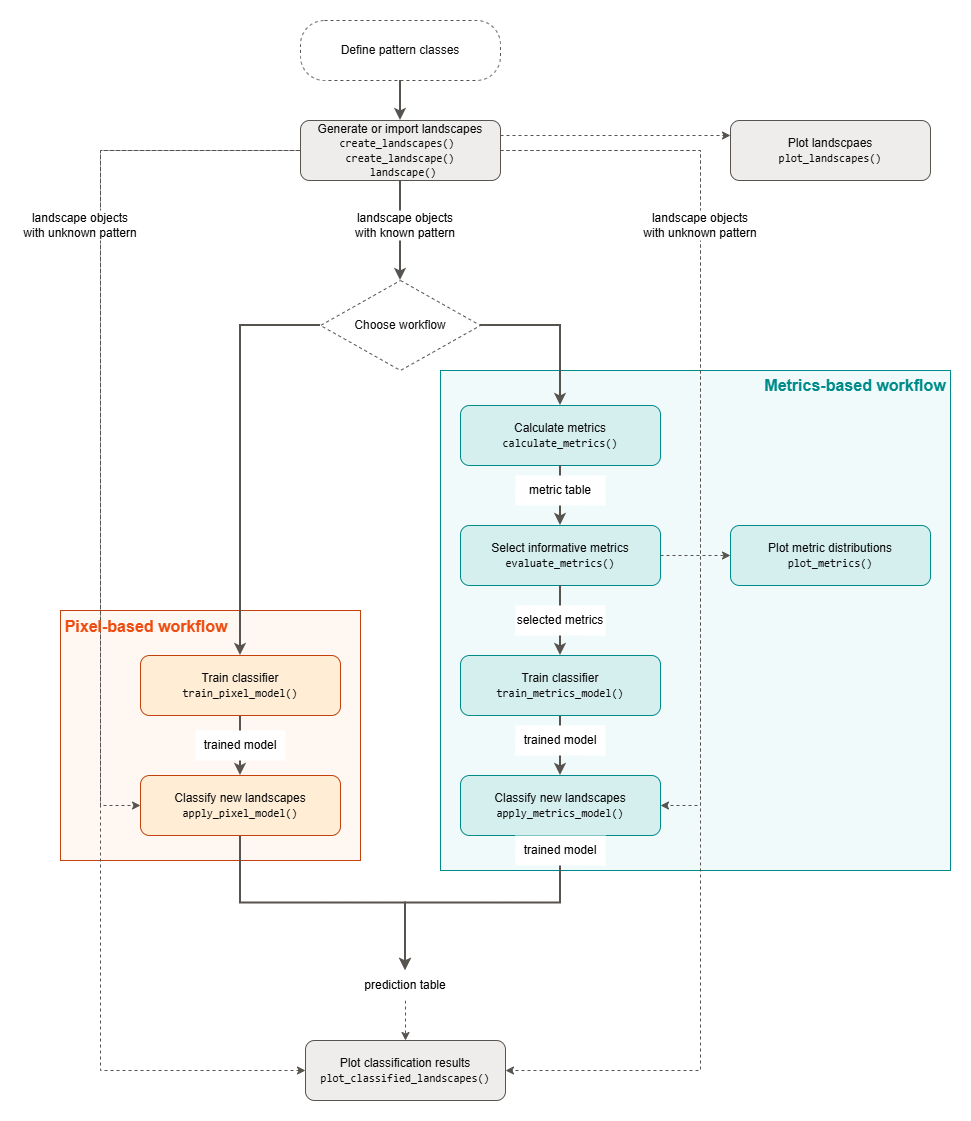
ecomods/patternscaper keeps this draw.io diagram as vignettes/img/workflow.drawio.png. Above is the earlier version. Source tidied: cells renumbered, new cells last; positions are measured from the earlier drawing's top-left corner, leaving out a move shared by most shapes.
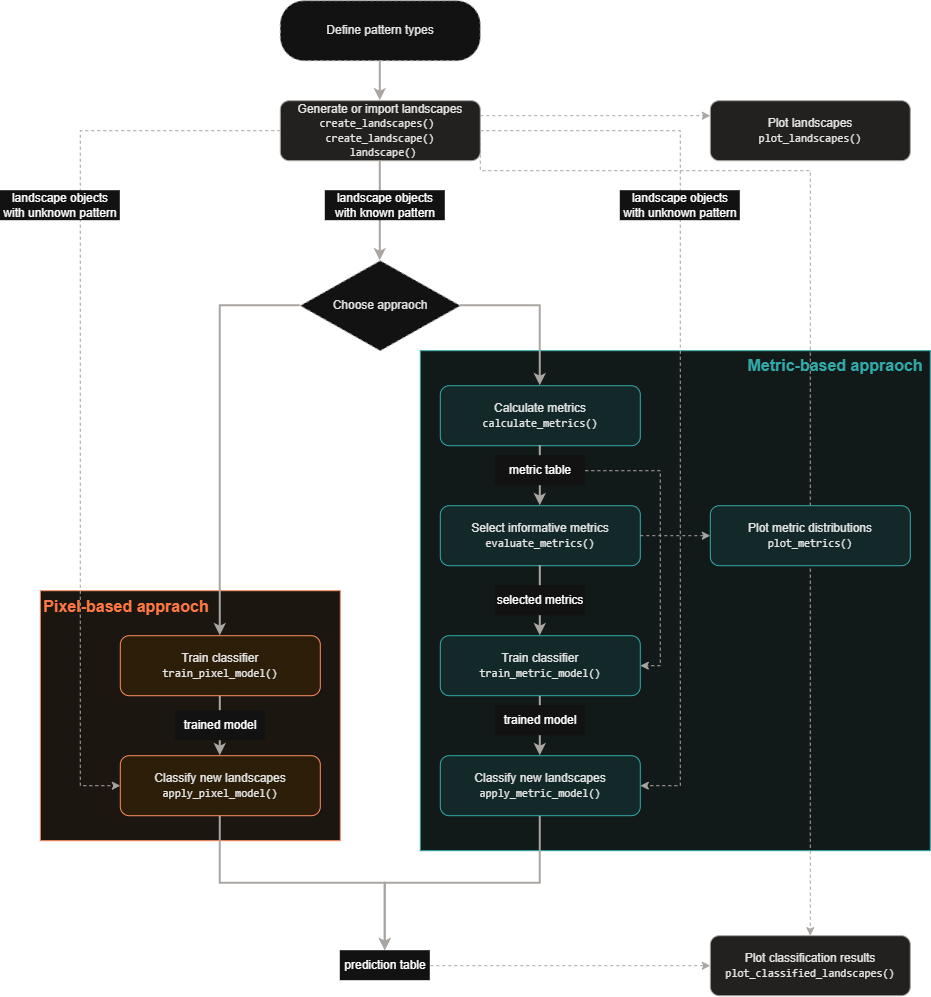
The same diagram one commit later.

What changed in the source:
```diff
@@ -8,41 +8,32 @@
     <mxCell id="3" style="rounded=0;whiteSpace=wrap;html=1;fillColor=#f1fafa;strokeColor=#008B8B;fontColor=#008B8B;fontStyle=1;verticalAlign=top;align=right;fontSize=17;" parent="1" vertex="1">
       <mxGeometry x="420" y="350" width="510" height="500" as="geometry" />
     </mxCell>
-    <mxCell id="4" value="Define pattern classes" style="rounded=1;arcSize=40;whiteSpace=wrap;html=1;fillColor=#ffffff;strokeColor=#57534e;dashed=1;fontColor=#0b0b0b;" parent="1" vertex="1">
+    <mxCell id="4" value="Define pattern types" style="rounded=1;arcSize=40;whiteSpace=wrap;html=1;fillColor=#ffffff;strokeColor=#57534e;dashed=1;fontColor=#0b0b0b;" parent="1" vertex="1">
       <mxGeometry x="280" width="200" height="60" as="geometry" />
     </mxCell>
     <mxCell id="5" style="edgeStyle=orthogonalEdgeStyle;rounded=0;jettySize=auto;html=1;exitX=1;exitY=0.25;exitDx=0;exitDy=0;entryX=0;entryY=0.25;entryDx=0;entryDy=0;dashed=1;strokeColor=#57534e;align=center;verticalAlign=middle;fontFamily=Helvetica;fontSize=11;fontColor=#3f3f46;labelBackgroundColor=#fcfcfb;endArrow=classic;" parent="1" edge="1" source="9" target="32">
       <mxGeometry relative="1" as="geometry" />
     </mxCell>
-    <mxCell id="6" style="edgeStyle=orthogonalEdgeStyle;rounded=0;jettySize=auto;html=1;exitX=0;exitY=0.5;exitDx=0;exitDy=0;entryX=0;entryY=0.5;entryDx=0;entryDy=0;dashed=1;strokeColor=#57534e;align=center;verticalAlign=middle;fontFamily=Helvetica;fontSize=11;fontColor=#3f3f46;labelBackgroundColor=#fcfcfb;endArrow=classic;" parent="1" edge="1" target="42">
-      <mxGeometry relative="1" as="geometry">
-        <mxPoint x="290" y="130" as="sourcePoint" />
-        <Array as="points">
-          <mxPoint x="80" y="130" />
-          <mxPoint x="80" y="1050" />
-        </Array>
-      </mxGeometry>
-    </mxCell>
+    <mxCell id="8" style="edgeStyle=orthogonalEdgeStyle;rounded=0;jettySize=auto;html=1;exitX=0;exitY=0.5;exitDx=0;exitDy=0;entryX=0;entryY=0.5;entryDx=0;entryDy=0;dashed=1;strokeColor=#57534e;align=center;verticalAlign=middle;fontFamily=Helvetica;fontSize=11;fontColor=#3f3f46;labelBackgroundColor=#fcfcfb;endArrow=classic;" parent="1" edge="1" source="9" target="21">
+      <mxGeometry relative="1" as="geometry">
+        <Array as="points">
+          <mxPoint x="80" y="130" />
+          <mxPoint x="80" y="785" />
+        </Array>
+      </mxGeometry>
+    </mxCell>
-    <mxCell id="7" style="edgeStyle=orthogonalEdgeStyle;rounded=0;jettySize=auto;html=1;exitX=1;exitY=0.5;exitDx=0;exitDy=0;entryX=1;entryY=0.5;entryDx=0;entryDy=0;dashed=1;strokeColor=#57534e;align=center;verticalAlign=middle;fontFamily=Helvetica;fontSize=11;fontColor=#3f3f46;labelBackgroundColor=#fcfcfb;endArrow=classic;" parent="1" edge="1" source="9" target="42">
+    <mxCell id="7" style="edgeStyle=orthogonalEdgeStyle;rounded=0;jettySize=auto;html=1;exitX=1;exitY=0.5;exitDx=0;exitDy=0;entryX=0.5;entryY=0;entryDx=0;entryDy=0;dashed=1;strokeColor=#57534e;align=center;verticalAlign=middle;fontFamily=Helvetica;fontSize=11;fontColor=#3f3f46;labelBackgroundColor=#fcfcfb;endArrow=classic;" parent="1" edge="1" source="9" target="42">
       <mxGeometry relative="1" as="geometry">
         <Array as="points">
-          <mxPoint x="680" y="130" />
-          <mxPoint x="680" y="1050" />
+          <mxPoint x="480" y="170" />
+          <mxPoint x="810" y="170" />
         </Array>
       </mxGeometry>
     </mxCell>
-    <mxCell id="8" style="edgeStyle=orthogonalEdgeStyle;rounded=0;jettySize=auto;html=1;exitX=0;exitY=0.5;exitDx=0;exitDy=0;entryX=0;entryY=0.5;entryDx=0;entryDy=0;dashed=1;strokeColor=#57534e;align=center;verticalAlign=middle;fontFamily=Helvetica;fontSize=11;fontColor=#3f3f46;labelBackgroundColor=#fcfcfb;endArrow=classic;" parent="1" edge="1" source="9" target="21">
-      <mxGeometry relative="1" as="geometry">
-        <Array as="points">
-          <mxPoint x="80" y="130" />
-          <mxPoint x="80" y="785" />
-        </Array>
-      </mxGeometry>
-    </mxCell>
     <mxCell id="9" value="Generate or import landscapes&lt;br&gt;&lt;span style=&quot;font-family: monospace; font-size: 11px;&quot;&gt;create_landscapes()&amp;nbsp;&lt;/span&gt;&lt;div&gt;&lt;span style=&quot;font-family: monospace; font-size: 11px;&quot;&gt;create_landscape()&lt;/span&gt;&lt;/div&gt;&lt;div&gt;&lt;span style=&quot;font-family: monospace; font-size: 11px;&quot;&gt;&amp;nbsp;landscape()&lt;/span&gt;&lt;/div&gt;" style="rounded=1;whiteSpace=wrap;html=1;fillColor=#efedeb;strokeColor=#57534e;fontColor=#0b0b0b;" parent="1" vertex="1">
       <mxGeometry x="280" y="100" width="200" height="60" as="geometry" />
     </mxCell>
-    <mxCell id="10" value="Choose workflow" style="rhombus;whiteSpace=wrap;html=1;fillColor=#ffffff;strokeColor=#57534e;dashed=1;fontColor=#0b0b0b;" parent="1" vertex="1">
+    <mxCell id="10" value="Choose appraoch" style="rhombus;whiteSpace=wrap;html=1;fillColor=#ffffff;strokeColor=#57534e;dashed=1;fontColor=#0b0b0b;" parent="1" vertex="1">
       <mxGeometry x="300" y="260" width="160" height="90" as="geometry" />
     </mxCell>
     <mxCell id="11" value="Calculate metrics&lt;br&gt;&lt;span style=&quot;font-family: monospace; font-size: 11px;&quot;&gt;calculate_metrics()&lt;/span&gt;" style="rounded=1;whiteSpace=wrap;html=1;fillColor=#d5efef;strokeColor=#008B8B;fontColor=#0b0b0b;" parent="1" vertex="1">
@@ -57,13 +48,13 @@
     <mxCell id="14" style="edgeStyle=orthogonalEdgeStyle;rounded=0;jettySize=auto;html=1;exitX=0.5;exitY=1;exitDx=0;exitDy=0;strokeColor=#57534e;strokeWidth=2;align=center;verticalAlign=middle;fontFamily=Helvetica;fontSize=11;fontColor=#3f3f46;labelBackgroundColor=#fcfcfb;endArrow=classic;" parent="1" edge="1" source="15" target="17">
       <mxGeometry relative="1" as="geometry" />
     </mxCell>
-    <mxCell id="15" value="Train classifier&lt;br&gt;&lt;span style=&quot;font-family: monospace; font-size: 11px;&quot;&gt;train_metrics_model()&lt;/span&gt;" style="rounded=1;whiteSpace=wrap;html=1;fillColor=#d5efef;strokeColor=#008B8B;fontColor=#0b0b0b;" parent="1" vertex="1">
+    <mxCell id="15" value="Train classifier&lt;br&gt;&lt;span style=&quot;font-family: monospace; font-size: 11px;&quot;&gt;train_metric_model()&lt;/span&gt;" style="rounded=1;whiteSpace=wrap;html=1;fillColor=#d5efef;strokeColor=#008B8B;fontColor=#0b0b0b;" parent="1" vertex="1">
       <mxGeometry x="440" y="635" width="200" height="60" as="geometry" />
     </mxCell>
     <mxCell id="16" style="edgeStyle=orthogonalEdgeStyle;rounded=0;jettySize=auto;html=1;exitX=0.5;exitY=1;exitDx=0;exitDy=0;strokeColor=#57534e;align=center;verticalAlign=middle;fontFamily=Helvetica;fontSize=11;fontColor=#3f3f46;labelBackgroundColor=#fcfcfb;endArrow=classic;strokeWidth=2;" parent="1" edge="1" source="17" target="31">
       <mxGeometry relative="1" as="geometry" />
     </mxCell>
-    <mxCell id="17" value="Classify new landscapes&lt;br&gt;&lt;span style=&quot;font-family: monospace; font-size: 11px;&quot;&gt;apply_metrics_model()&lt;/span&gt;" style="rounded=1;whiteSpace=wrap;html=1;fillColor=#d5efef;strokeColor=#008B8B;fontColor=#0b0b0b;" parent="1" vertex="1">
+    <mxCell id="17" value="Classify new landscapes&lt;br&gt;&lt;span style=&quot;font-family: monospace; font-size: 11px;&quot;&gt;apply_metric_model()&lt;/span&gt;" style="rounded=1;whiteSpace=wrap;html=1;fillColor=#d5efef;strokeColor=#008B8B;fontColor=#0b0b0b;" parent="1" vertex="1">
       <mxGeometry x="440" y="755" width="200" height="60" as="geometry" />
     </mxCell>
     <mxCell id="18" style="edgeStyle=orthogonalEdgeStyle;rounded=0;jettySize=auto;html=1;strokeColor=#57534e;strokeWidth=2;align=center;verticalAlign=middle;fontFamily=Helvetica;fontSize=11;fontColor=#3f3f46;labelBackgroundColor=#fcfcfb;endArrow=classic;" parent="1" edge="1" source="19" target="21">
@@ -109,13 +100,13 @@
         </Array>
       </mxGeometry>
     </mxCell>
-    <mxCell id="30" style="edgeStyle=orthogonalEdgeStyle;rounded=0;jettySize=auto;html=1;exitX=0.5;exitY=1;exitDx=0;exitDy=0;dashed=1;strokeColor=#57534e;align=center;verticalAlign=middle;fontFamily=Helvetica;fontSize=11;fontColor=#3f3f46;labelBackgroundColor=#fcfcfb;endArrow=classic;" parent="1" edge="1" source="31" target="42">
+    <mxCell id="30" style="edgeStyle=orthogonalEdgeStyle;rounded=0;jettySize=auto;html=1;exitX=1;exitY=0.5;exitDx=0;exitDy=0;dashed=1;strokeColor=#57534e;align=center;verticalAlign=middle;fontFamily=Helvetica;fontSize=11;fontColor=#3f3f46;labelBackgroundColor=#fcfcfb;endArrow=classic;" parent="1" edge="1" source="31" target="42">
       <mxGeometry relative="1" as="geometry" />
     </mxCell>
     <mxCell id="31" value="prediction table" style="text;html=1;whiteSpace=wrap;strokeColor=none;fillColor=default;align=center;verticalAlign=middle;rounded=0;fontFamily=Helvetica;fontSize=12;fontColor=default;labelBackgroundColor=none;" parent="1" vertex="1">
       <mxGeometry x="340" y="950" width="90" height="30" as="geometry" />
     </mxCell>
-    <mxCell id="32" value="Plot landscpaes&lt;br&gt;&lt;span style=&quot;font-family: monospace; font-size: 11px;&quot;&gt;plot_landscapes()&lt;/span&gt;" style="rounded=1;whiteSpace=wrap;html=1;fillColor=#efedeb;strokeColor=#57534e;fontColor=#0b0b0b;" parent="1" vertex="1">
+    <mxCell id="32" value="Plot landscapes&lt;br&gt;&lt;span style=&quot;font-family: monospace; font-size: 11px;&quot;&gt;plot_landscapes()&lt;/span&gt;" style="rounded=1;whiteSpace=wrap;html=1;fillColor=#efedeb;strokeColor=#57534e;fontColor=#0b0b0b;" parent="1" vertex="1">
       <mxGeometry x="710" y="100" width="200" height="60" as="geometry" />
     </mxCell>
     <mxCell id="33" value="trained model" style="text;html=1;whiteSpace=wrap;strokeColor=none;fillColor=#FFFFFF;align=center;verticalAlign=middle;rounded=0;labelBackgroundColor=none;fontFamily=Helvetica;fontSize=12;fontColor=default;" parent="1" vertex="1">
@@ -124,6 +115,9 @@
     <mxCell id="34" value="selected metrics" style="text;html=1;whiteSpace=wrap;strokeColor=none;fillColor=#FFFFFF;align=center;verticalAlign=middle;rounded=0;labelBackgroundColor=none;fontFamily=Helvetica;fontSize=12;fontColor=default;" parent="1" vertex="1">
       <mxGeometry x="495" y="585" width="90" height="30" as="geometry" />
     </mxCell>
+    <mxCell id="44" style="edgeStyle=orthogonalEdgeStyle;rounded=0;jettySize=auto;html=1;exitX=1;exitY=0.5;exitDx=0;exitDy=0;entryX=1;entryY=0.5;entryDx=0;entryDy=0;dashed=1;strokeColor=#57534e;align=center;verticalAlign=middle;fontFamily=Helvetica;fontSize=11;fontColor=#3f3f46;labelBackgroundColor=#fcfcfb;endArrow=classic;" parent="1" edge="1" source="35" target="15">
+      <mxGeometry relative="1" as="geometry" />
+    </mxCell>
     <mxCell id="35" value="metric table" style="text;html=1;whiteSpace=wrap;strokeColor=none;fillColor=#FFFFFF;align=center;verticalAlign=middle;rounded=0;labelBackgroundColor=none;fontFamily=Helvetica;fontSize=12;fontColor=default;" parent="1" vertex="1">
       <mxGeometry x="495" y="455" width="90" height="30" as="geometry" />
     </mxCell>
@@ -139,17 +133,14 @@
     <mxCell id="39" value="trained model" style="text;html=1;whiteSpace=wrap;strokeColor=none;fillColor=#FFFFFF;align=center;verticalAlign=middle;rounded=0;labelBackgroundColor=none;fontFamily=Helvetica;fontSize=12;fontColor=default;" parent="1" vertex="1">
       <mxGeometry x="495" y="705" width="90" height="30" as="geometry" />
     </mxCell>
-    <mxCell id="40" value="Pixel-based workflow" style="text;html=1;whiteSpace=wrap;strokeColor=none;fillColor=light-dark(#fff8f2, #ededed);align=center;verticalAlign=middle;rounded=0;labelBackgroundColor=none;fontFamily=Helvetica;fontSize=16;fontColor=#ED4D11;labelBorderColor=none;fontStyle=1;opacity=0;" parent="1" vertex="1">
+    <mxCell id="40" value="Pixel-based appraoch" style="text;html=1;whiteSpace=wrap;strokeColor=none;fillColor=light-dark(#fff8f2, #ededed);align=center;verticalAlign=middle;rounded=0;labelBackgroundColor=none;fontFamily=Helvetica;fontSize=16;fontColor=#ED4D11;labelBorderColor=none;fontStyle=1;opacity=0;" parent="1" vertex="1">
       <mxGeometry x="41" y="591" width="170" height="30" as="geometry" />
     </mxCell>
-    <mxCell id="41" value="Metrics-based workflow" style="text;html=1;whiteSpace=wrap;strokeColor=none;fillColor=none;align=center;verticalAlign=middle;rounded=0;labelBackgroundColor=none;fontFamily=Helvetica;fontSize=16;fontColor=#008B8B;labelBorderColor=none;fontStyle=1;" parent="1" vertex="1">
+    <mxCell id="41" value="Metric-based appraoch" style="text;html=1;whiteSpace=wrap;strokeColor=none;fillColor=none;align=center;verticalAlign=middle;rounded=0;labelBackgroundColor=none;fontFamily=Helvetica;fontSize=16;fontColor=#008B8B;labelBorderColor=none;fontStyle=1;" parent="1" vertex="1">
       <mxGeometry x="740" y="350" width="190" height="30" as="geometry" />
     </mxCell>
     <mxCell id="42" value="Plot classification results&lt;br&gt;&lt;span style=&quot;font-family: monospace; font-size: 11px;&quot;&gt;plot_classified_landscapes()&lt;/span&gt;" style="rounded=1;whiteSpace=wrap;html=1;fillColor=#efedeb;strokeColor=#57534e;fontColor=#0b0b0b;" parent="1" vertex="1">
-      <mxGeometry x="285" y="1020" width="200" height="60" as="geometry" />
+      <mxGeometry x="710" y="935" width="200" height="60" as="geometry" />
     </mxCell>
-    <mxCell id="43" value="trained model" style="text;html=1;whiteSpace=wrap;strokeColor=none;fillColor=#FFFFFF;align=center;verticalAlign=middle;rounded=0;labelBackgroundColor=none;fontFamily=Helvetica;fontSize=12;fontColor=default;" parent="1" vertex="1">
-      <mxGeometry x="495" y="815" width="90" height="30" as="geometry" />
-    </mxCell>
   </root>
 </mxGraphModel>
```
